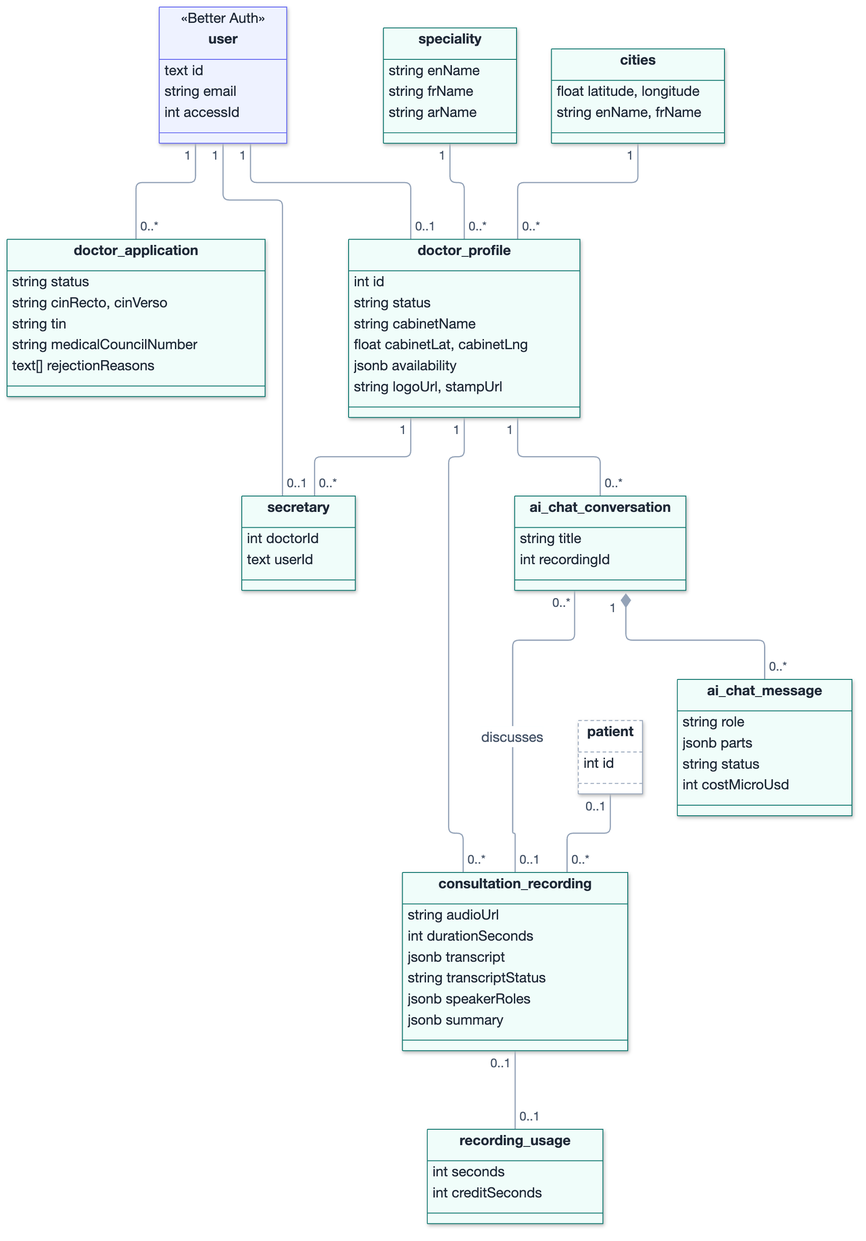
Before: images/diagrams/class_diagram_practice.png, a diagram exported from Mermaid (AtriOmar/riaya-report). Its source is kept beside it as images/diagrams/src/class_diagram_practice.mmd. The source it was exported from:
```mermaid
classDiagram
direction TB

class user {
  <<Better Auth>>
  text id
  string email
  int accessId
}
class doctor_application {
  string status
  string cinRecto, cinVerso
  string tin
  string medicalCouncilNumber
  text[] rejectionReasons
}
class doctor_profile {
  int id
  string status
  string cabinetName
  float cabinetLat, cabinetLng
  jsonb availability
  string logoUrl, stampUrl
}
class speciality {
  string enName
  string frName
  string arName
}
class cities {
  float latitude, longitude
  string enName, frName
}
class secretary {
  int doctorId
  text userId
}
class patient {
  int id
}
class consultation_recording {
  string audioUrl
  int durationSeconds
  jsonb transcript
  string transcriptStatus
  jsonb speakerRoles
  jsonb summary
}
class recording_usage {
  int seconds
  int creditSeconds
}
class ai_chat_conversation {
  string title
  int recordingId
}
class ai_chat_message {
  string role
  jsonb parts
  string status
  int costMicroUsd
}

user "1" -- "0..*" doctor_application
user "1" -- "0..1" doctor_profile
speciality "1" -- "0..*" doctor_profile
cities "1" -- "0..*" doctor_profile
doctor_profile "1" -- "0..*" secretary
user "1" -- "0..1" secretary
doctor_profile "1" -- "0..*" consultation_recording
patient "0..1" -- "0..*" consultation_recording
consultation_recording "0..1" -- "0..1" recording_usage
doctor_profile "1" -- "0..*" ai_chat_conversation
ai_chat_conversation "0..*" -- "0..1" consultation_recording : discusses
ai_chat_conversation "1" *-- "0..*" ai_chat_message

style user fill:#EEF2FF,stroke:#6366F1
style patient fill:#FFFFFF,stroke:#94A3B8,stroke-dasharray:4 3
```
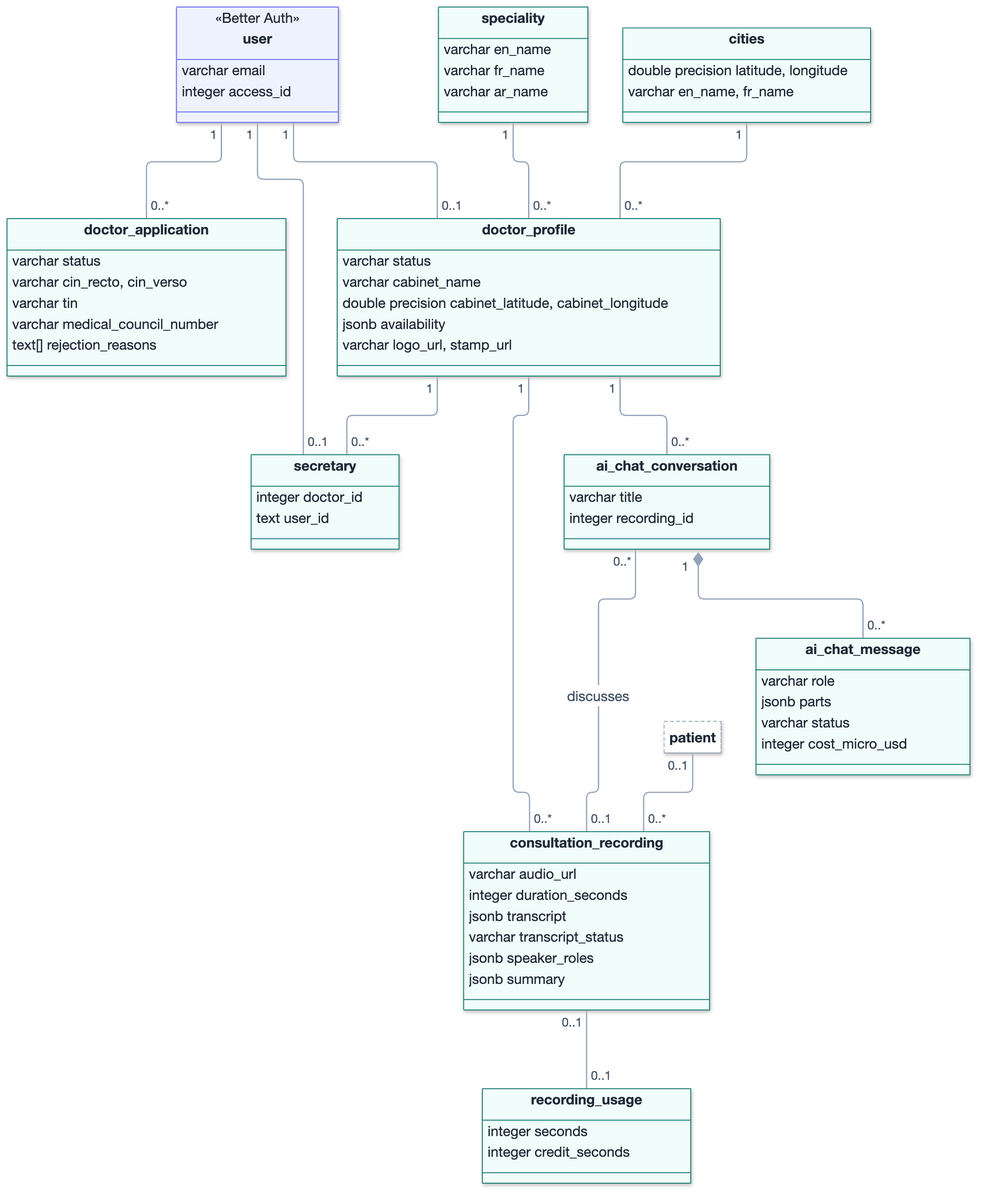
The same file after the commit.

What changed in the source:
```diff
@@ -3,62 +3,58 @@
 
 class user {
   <<Better Auth>>
-  text id
-  string email
-  int accessId
+  varchar email
+  integer access_id
 }
 class doctor_application {
-  string status
-  string cinRecto, cinVerso
-  string tin
-  string medicalCouncilNumber
-  text[] rejectionReasons
+  varchar status
+  varchar cin_recto, cin_verso
+  varchar tin
+  varchar medical_council_number
+  text[] rejection_reasons
 }
 class doctor_profile {
-  int id
-  string status
-  string cabinetName
-  float cabinetLat, cabinetLng
+  varchar status
+  varchar cabinet_name
+  double precision cabinet_latitude, cabinet_longitude
   jsonb availability
-  string logoUrl, stampUrl
+  varchar logo_url, stamp_url
 }
 class speciality {
-  string enName
-  string frName
-  string arName
+  varchar en_name
+  varchar fr_name
+  varchar ar_name
 }
 class cities {
-  float latitude, longitude
-  string enName, frName
+  double precision latitude, longitude
+  varchar en_name, fr_name
 }
 class secretary {
-  int doctorId
-  text userId
+  integer doctor_id
+  text user_id
 }
-class patient {
-  int id
-}
+class patient
 class consultation_recording {
-  string audioUrl
-  int durationSeconds
+  varchar audio_url
+  integer duration_seconds
   jsonb transcript
-  string transcriptStatus
-  jsonb speakerRoles
+  varchar transcript_status
+  jsonb speaker_roles
   jsonb summary
 }
 class recording_usage {
-  int seconds
-  int creditSeconds
+  integer seconds
+  integer credit_seconds
 }
 class ai_chat_conversation {
-  string title
-  int recordingId
+  varchar title
+  integer recording_id
 }
 class ai_chat_message {
-  string role
+  varchar role
   jsonb parts
-  string status
-  int costMicroUsd
+  varchar status
+  integer cost_micro_usd
 }
 
 user "1" -- "0..*" doctor_application
@@ -73,6 +69,5 @@
 doctor_profile "1" -- "0..*" ai_chat_conversation
 ai_chat_conversation "0..*" -- "0..1" consultation_recording : discusses
 ai_chat_conversation "1" *-- "0..*" ai_chat_message
-
 style user fill:#EEF2FF,stroke:#6366F1
 style patient fill:#FFFFFF,stroke:#94A3B8,stroke-dasharray:4 3
```
